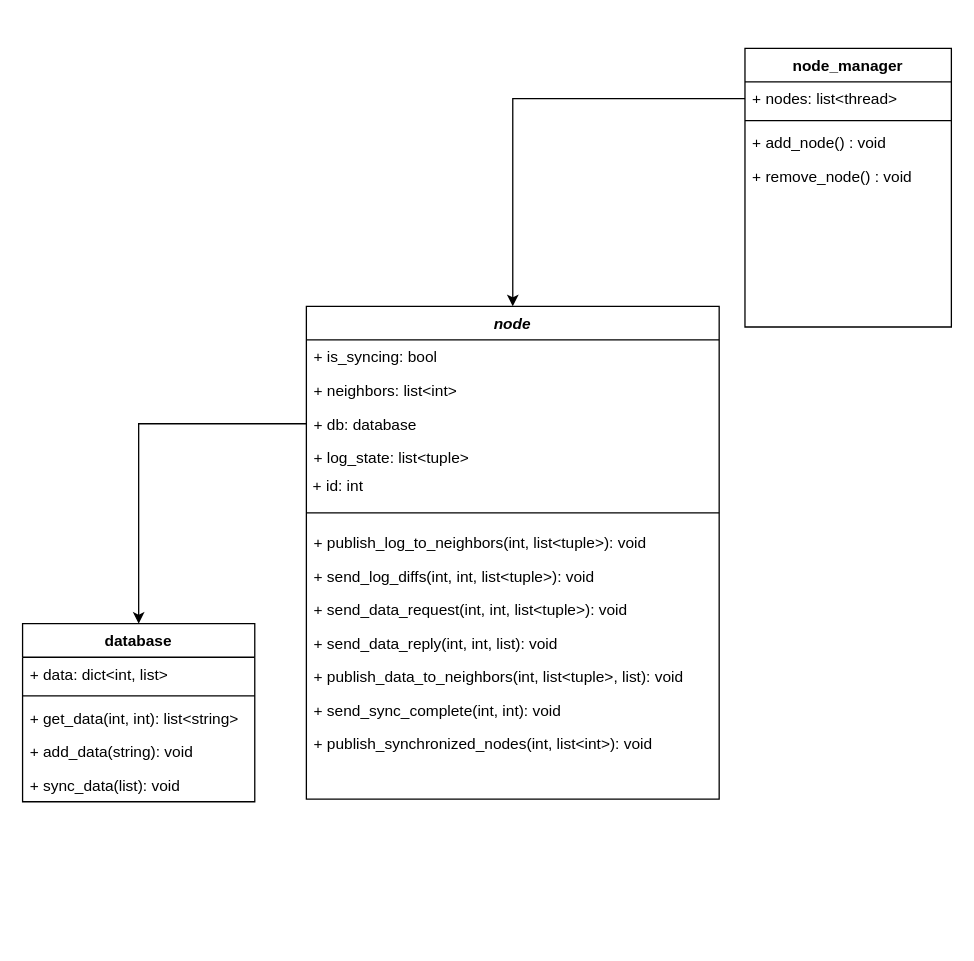
The draw.io diagram dataSync.drawio in shakedt1/dataSync, before the edit. Source tidied: cells renumbered, new cells numbered last; positions are measured from the earlier drawing's top-left corner, leaving out a move shared by most shapes. Both pictures are drawn from the tidied source at 129%, with x=0, y=0 at pixel (22, 48).
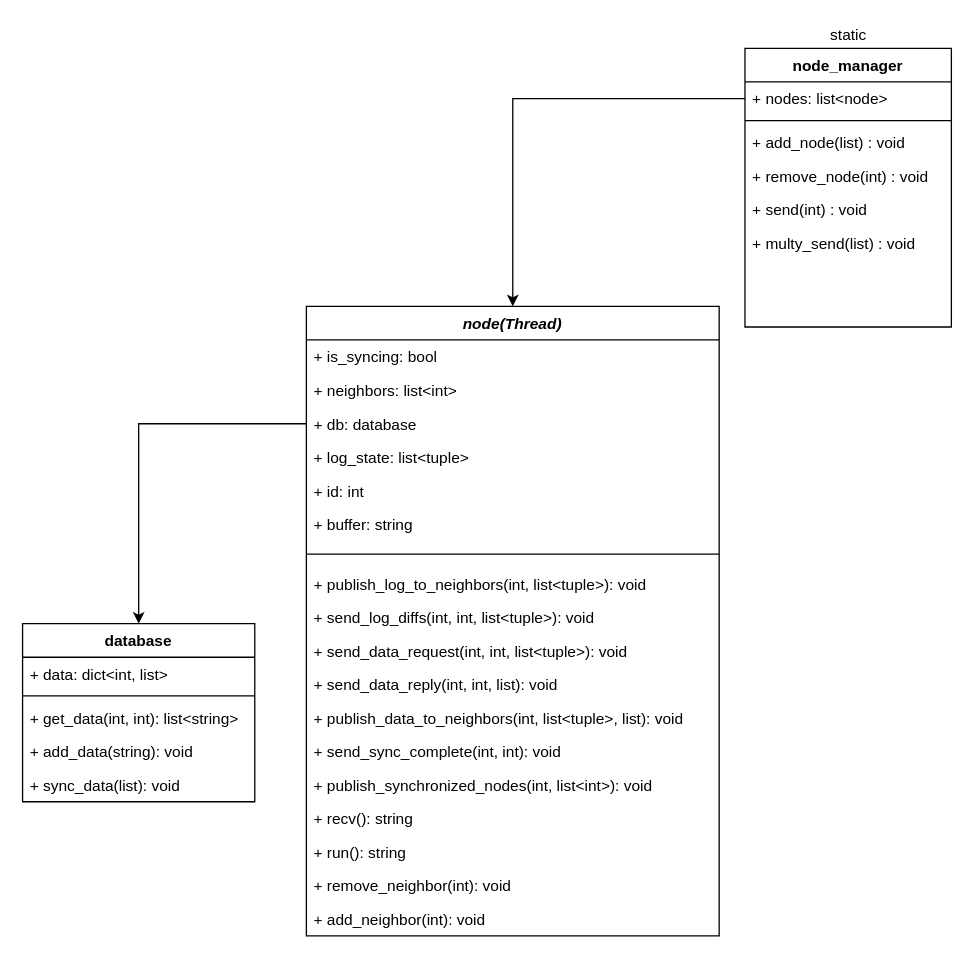
The same diagram, later.

Unchanged cells that the change refers to:
```xml
<mxCell id="16" value="node_manager" style="swimlane;fontStyle=1;align=center;verticalAlign=top;horizontal=1;startSize=26;rounded=0;shadow=0;strokeWidth=1;" parent="1" vertex="1">
  <mxGeometry x="560" width="160" height="216" as="geometry" />
</mxCell>
```

Change to the diagram source:
```diff
@@
-    <mxCell id="2" value="node" style="swimlane;fontStyle=3;align=center;verticalAlign=top;horizontal=1;startSize=26;rounded=0;shadow=0;strokeWidth=1;" parent="1" vertex="1">
-      <mxGeometry x="220" y="200" width="320" height="382" as="geometry" />
+    <mxCell id="2" value="node(Thread)" style="swimlane;fontStyle=3;align=center;verticalAlign=top;horizontal=1;startSize=26;rounded=0;shadow=0;strokeWidth=1;" parent="1" vertex="1">
+      <mxGeometry x="220" y="200" width="320" height="488" as="geometry" />
     </mxCell>
@@
-    <mxCell id="7" value="&amp;nbsp;+ id: int" style="text;html=1;align=left;verticalAlign=middle;strokeColor=none;fillColor=none;" parent="2" vertex="1">
-      <mxGeometry y="130" width="320" height="20" as="geometry" />
+    <mxCell id="7" value="+ id: int" style="text;align=left;verticalAlign=top;spacingLeft=4;spacingRight=4;overflow=hidden;rounded=0;shadow=0;html=0;" parent="2" vertex="1">
+      <mxGeometry y="130" width="320" height="26" as="geometry" />
     </mxCell>
+    <mxCell id="29" value="+ buffer: string" style="text;align=left;verticalAlign=top;spacingLeft=4;spacingRight=4;overflow=hidden;rounded=0;shadow=0;html=0;" parent="2" vertex="1">
+      <mxGeometry y="156" width="320" height="26" as="geometry" />
+    </mxCell>
     <mxCell id="8" style="line;html=1;strokeWidth=1;align=left;verticalAlign=middle;spacingTop=-1;spacingLeft=3;spacingRight=3;labelPosition=right;" parent="2" vertex="1">
-      <mxGeometry y="150" width="320" height="20" as="geometry" />
+      <mxGeometry y="182" width="320" height="20" as="geometry" />
     </mxCell>
     <mxCell id="9" value="+ publish_log_to_neighbors(int, list&lt;tuple&gt;): void" style="text;align=left;verticalAlign=top;spacingLeft=4;spacingRight=4;overflow=hidden;rounded=0;shadow=0;html=0;" parent="2" vertex="1">
-      <mxGeometry y="170" width="320" height="26" as="geometry" />
+      <mxGeometry y="202" width="320" height="26" as="geometry" />
     </mxCell>
     <mxCell id="10" value="+ send_log_diffs(int, int, list&lt;tuple&gt;): void" style="text;align=left;verticalAlign=top;spacingLeft=4;spacingRight=4;overflow=hidden;rounded=0;shadow=0;html=0;" parent="2" vertex="1">
-      <mxGeometry y="196" width="320" height="26" as="geometry" />
+      <mxGeometry y="228" width="320" height="26" as="geometry" />
     </mxCell>
     <mxCell id="11" value="+ send_data_request(int, int, list&lt;tuple&gt;): void" style="text;align=left;verticalAlign=top;spacingLeft=4;spacingRight=4;overflow=hidden;rounded=0;shadow=0;html=0;" parent="2" vertex="1">
-      <mxGeometry y="222" width="320" height="26" as="geometry" />
+      <mxGeometry y="254" width="320" height="26" as="geometry" />
     </mxCell>
     <mxCell id="12" value="+ send_data_reply(int, int, list): void" style="text;align=left;verticalAlign=top;spacingLeft=4;spacingRight=4;overflow=hidden;rounded=0;shadow=0;html=0;" parent="2" vertex="1">
-      <mxGeometry y="248" width="320" height="26" as="geometry" />
+      <mxGeometry y="280" width="320" height="26" as="geometry" />
     </mxCell>
     <mxCell id="13" value="+ publish_data_to_neighbors(int, list&lt;tuple&gt;, list): void" style="text;align=left;verticalAlign=top;spacingLeft=4;spacingRight=4;overflow=hidden;rounded=0;shadow=0;html=0;" parent="2" vertex="1">
-      <mxGeometry y="274" width="320" height="26" as="geometry" />
+      <mxGeometry y="306" width="320" height="26" as="geometry" />
     </mxCell>
     <mxCell id="14" value="+ send_sync_complete(int, int): void" style="text;align=left;verticalAlign=top;spacingLeft=4;spacingRight=4;overflow=hidden;rounded=0;shadow=0;html=0;" parent="2" vertex="1">
-      <mxGeometry y="300" width="320" height="26" as="geometry" />
+      <mxGeometry y="332" width="320" height="26" as="geometry" />
     </mxCell>
     <mxCell id="15" value="+ publish_synchronized_nodes(int, list&lt;int&gt;): void" style="text;align=left;verticalAlign=top;spacingLeft=4;spacingRight=4;overflow=hidden;rounded=0;shadow=0;html=0;" parent="2" vertex="1">
-      <mxGeometry y="326" width="320" height="26" as="geometry" />
+      <mxGeometry y="358" width="320" height="26" as="geometry" />
     </mxCell>
+    <mxCell id="30" value="+ recv(): string" style="text;align=left;verticalAlign=top;spacingLeft=4;spacingRight=4;overflow=hidden;rounded=0;shadow=0;html=0;" parent="2" vertex="1">
+      <mxGeometry y="384" width="320" height="26" as="geometry" />
+    </mxCell>
+    <mxCell id="31" value="+ run(): string" style="text;align=left;verticalAlign=top;spacingLeft=4;spacingRight=4;overflow=hidden;rounded=0;shadow=0;html=0;" parent="2" vertex="1">
+      <mxGeometry y="410" width="320" height="26" as="geometry" />
+    </mxCell>
+    <mxCell id="32" value="+ remove_neighbor(int): void" style="text;align=left;verticalAlign=top;spacingLeft=4;spacingRight=4;overflow=hidden;rounded=0;shadow=0;html=0;" parent="2" vertex="1">
+      <mxGeometry y="436" width="320" height="26" as="geometry" />
+    </mxCell>
+    <mxCell id="33" value="+ add_neighbor(int): void" style="text;align=left;verticalAlign=top;spacingLeft=4;spacingRight=4;overflow=hidden;rounded=0;shadow=0;html=0;" parent="2" vertex="1">
+      <mxGeometry y="462" width="320" height="26" as="geometry" />
+    </mxCell>
@@
-    <mxCell id="17" value="+ nodes: list&lt;thread&gt;" style="text;align=left;verticalAlign=top;spacingLeft=4;spacingRight=4;overflow=hidden;points=[[0,0.5],[1,0.5]];portConstraint=eastwest;" parent="16" vertex="1">
+    <mxCell id="17" value="+ nodes: list&lt;node&gt;" style="text;align=left;verticalAlign=top;spacingLeft=4;spacingRight=4;overflow=hidden;points=[[0,0.5],[1,0.5]];portConstraint=eastwest;" parent="16" vertex="1">
       <mxGeometry y="26" width="160" height="26" as="geometry" />
     </mxCell>
@@
-    <mxCell id="19" value="+ add_node() : void" style="text;align=left;verticalAlign=top;spacingLeft=4;spacingRight=4;overflow=hidden;" parent="16" vertex="1">
+    <mxCell id="19" value="+ add_node(list) : void" style="text;align=left;verticalAlign=top;spacingLeft=4;spacingRight=4;overflow=hidden;" parent="16" vertex="1">
       <mxGeometry y="60" width="160" height="26" as="geometry" />
     </mxCell>
-    <mxCell id="20" value="+ remove_node() : void" style="text;align=left;verticalAlign=top;spacingLeft=4;spacingRight=4;overflow=hidden;" parent="16" vertex="1">
+    <mxCell id="20" value="+ remove_node(int) : void" style="text;align=left;verticalAlign=top;spacingLeft=4;spacingRight=4;overflow=hidden;" parent="16" vertex="1">
       <mxGeometry y="86" width="160" height="26" as="geometry" />
     </mxCell>
+    <mxCell id="34" value="+ send(int) : void" style="text;align=left;verticalAlign=top;spacingLeft=4;spacingRight=4;overflow=hidden;" parent="16" vertex="1">
+      <mxGeometry y="112" width="160" height="26" as="geometry" />
+    </mxCell>
+    <mxCell id="35" value="+ multy_send(list) : void" style="text;align=left;verticalAlign=top;spacingLeft=4;spacingRight=4;overflow=hidden;" parent="16" vertex="1">
+      <mxGeometry y="138" width="160" height="26" as="geometry" />
+    </mxCell>
@@
+    <mxCell id="36" value="static" style="text;html=1;align=center;verticalAlign=middle;strokeColor=none;fillColor=none;" parent="1" vertex="1">
+      <mxGeometry x="620" y="-20" width="40" height="20" as="geometry" />
+    </mxCell>
```
